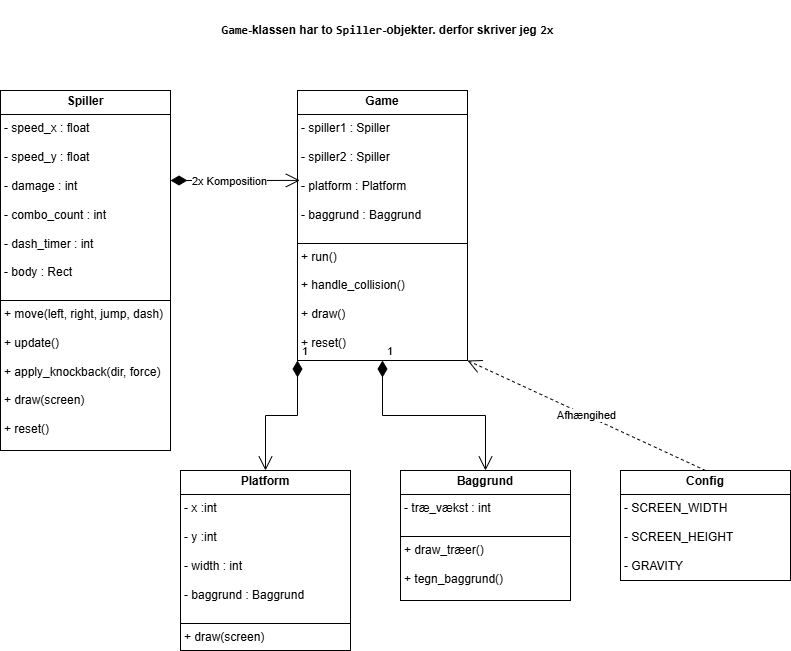
This is UML-SS-Diagram.drawio.png from ElTalhaG/Sumo-Slammers, a draw.io export, as it was before one commit. Source tidied: cells renumbered, new cells last; positions are measured from the earlier drawing's top-left corner, leaving out a move shared by most shapes.
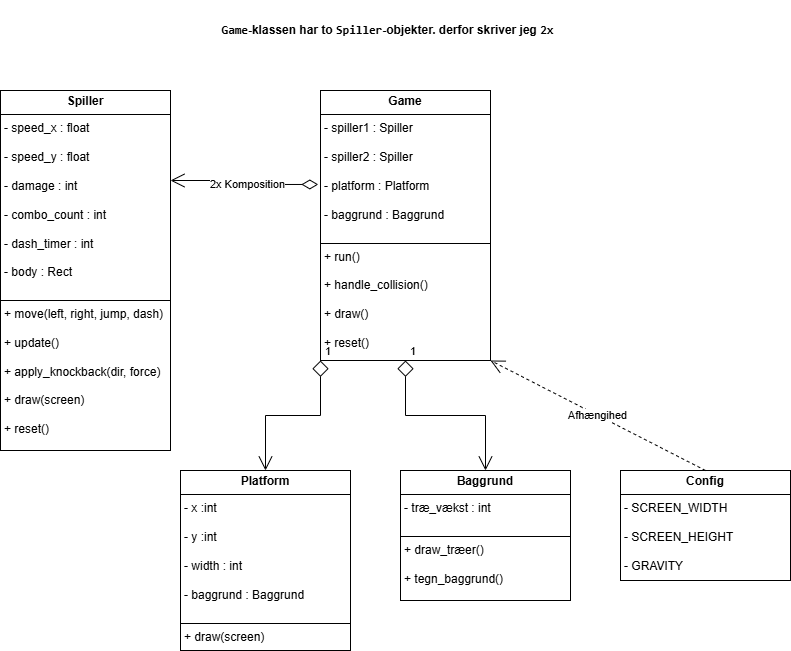
After the commit.

The edit, as a diff of the source:
```diff
@@ -6,9 +6,9 @@
       <mxGeometry y="90" width="170" height="360" as="geometry" />
     </mxCell>
     <mxCell id="3" value="&lt;p style=&quot;margin:0px;margin-top:4px;text-align:center;&quot;&gt;&lt;b&gt;Game&lt;/b&gt;&lt;/p&gt;&lt;hr size=&quot;1&quot; style=&quot;border-style:solid;&quot;&gt;&lt;p style=&quot;margin:0px;margin-left:4px;&quot;&gt;&lt;span&gt;- spiller1 : Spiller&lt;/span&gt;&lt;/p&gt;&lt;p style=&quot;margin:0px;margin-left:4px;&quot;&gt;&lt;br&gt;&lt;/p&gt;&lt;p style=&quot;margin:0px;margin-left:4px;&quot;&gt;&lt;span data-lucid-content=&quot;{&amp;quot;t&amp;quot;:&amp;quot;- spiller2 : Spiller&amp;quot;,&amp;quot;m&amp;quot;:[{&amp;quot;s&amp;quot;:0,&amp;quot;n&amp;quot;:&amp;quot;a&amp;quot;,&amp;quot;v&amp;quot;:&amp;quot;left&amp;quot;},{&amp;quot;s&amp;quot;:0,&amp;quot;n&amp;quot;:&amp;quot;od&amp;quot;,&amp;quot;v&amp;quot;:1}]}&quot;&gt;- spiller2 : Spiller&lt;/span&gt;&lt;/p&gt;&lt;p style=&quot;margin:0px;margin-left:4px;&quot;&gt;&lt;br&gt;&lt;/p&gt;&lt;p style=&quot;margin:0px;margin-left:4px;&quot;&gt;&lt;span&gt;- platform : Platform&lt;/span&gt;&lt;/p&gt;&lt;p style=&quot;margin:0px;margin-left:4px;&quot;&gt;&lt;br&gt;&lt;/p&gt;&lt;p style=&quot;margin:0px;margin-left:4px;&quot;&gt;&lt;span&gt;- baggrund : Baggrund&lt;/span&gt;&lt;/p&gt;&lt;p style=&quot;margin:0px;margin-left:4px;&quot;&gt;&lt;span&gt;&lt;br&gt;&lt;/span&gt;&lt;/p&gt;&lt;hr size=&quot;1&quot; style=&quot;border-style:solid;&quot;&gt;&lt;p style=&quot;margin:0px;margin-left:4px;&quot;&gt;&lt;span&gt;+ run()&amp;nbsp;&lt;/span&gt;&lt;/p&gt;&lt;p style=&quot;margin:0px;margin-left:4px;&quot;&gt;&lt;span&gt;&lt;br&gt;&lt;/span&gt;&lt;/p&gt;&lt;p style=&quot;margin:0px;margin-left:4px;&quot;&gt;&lt;span data-lucid-content=&quot;{&amp;quot;t&amp;quot;:&amp;quot;+ handle_collision()&amp;quot;,&amp;quot;m&amp;quot;:[{&amp;quot;s&amp;quot;:0,&amp;quot;n&amp;quot;:&amp;quot;a&amp;quot;,&amp;quot;v&amp;quot;:&amp;quot;left&amp;quot;},{&amp;quot;s&amp;quot;:0,&amp;quot;n&amp;quot;:&amp;quot;od&amp;quot;,&amp;quot;v&amp;quot;:1}]}&quot;&gt;+ handle_collision()&lt;/span&gt;&lt;/p&gt;&lt;p style=&quot;margin:0px;margin-left:4px;&quot;&gt;&lt;span data-lucid-content=&quot;{&amp;quot;t&amp;quot;:&amp;quot;+ handle_collision()&amp;quot;,&amp;quot;m&amp;quot;:[{&amp;quot;s&amp;quot;:0,&amp;quot;n&amp;quot;:&amp;quot;a&amp;quot;,&amp;quot;v&amp;quot;:&amp;quot;left&amp;quot;},{&amp;quot;s&amp;quot;:0,&amp;quot;n&amp;quot;:&amp;quot;od&amp;quot;,&amp;quot;v&amp;quot;:1}]}&quot;&gt;&lt;br&gt;&lt;/span&gt;&lt;/p&gt;&lt;p style=&quot;margin:0px;margin-left:4px;&quot;&gt;&lt;span&gt;+ draw()&lt;/span&gt;&lt;/p&gt;&lt;p style=&quot;margin:0px;margin-left:4px;&quot;&gt;&lt;span&gt;&lt;br&gt;&lt;/span&gt;&lt;/p&gt;&lt;p style=&quot;margin:0px;margin-left:4px;&quot;&gt;&lt;span&gt;+ reset()&lt;/span&gt;&lt;/p&gt;&lt;p style=&quot;margin:0px;margin-left:4px;&quot;&gt;&lt;br&gt;&lt;/p&gt;" style="verticalAlign=top;align=left;overflow=fill;html=1;whiteSpace=wrap;" parent="1" vertex="1">
-      <mxGeometry x="297" y="90" width="170" height="270" as="geometry" />
+      <mxGeometry x="320" y="90" width="170" height="270" as="geometry" />
     </mxCell>
-    <mxCell id="4" style="endArrow=open;html=1;endSize=12;startArrow=diamondThin;startSize=14;startFill=1;edgeStyle=orthogonalEdgeStyle;align=left;verticalAlign=bottom;rounded=0;exitX=1;exitY=0.25;exitDx=0;exitDy=0;entryX=0.014;entryY=0.333;entryDx=0;entryDy=0;entryPerimeter=0;" parent="1" edge="1" source="2" target="3">
+    <mxCell id="4" style="endArrow=open;html=1;endSize=12;startArrow=diamondThin;startSize=14;startFill=0;edgeStyle=orthogonalEdgeStyle;align=left;verticalAlign=bottom;rounded=0;exitX=-0.013;exitY=0.348;exitDx=0;exitDy=0;entryX=1;entryY=0.25;entryDx=0;entryDy=0;exitPerimeter=0;fontColor=#FFFFFF;" parent="1" edge="1" source="3" target="2">
       <mxGeometry x="-1" y="3" relative="1" as="geometry" />
     </mxCell>
     <mxCell id="5" value="2x Komposition" style="edgeLabel;html=1;align=center;verticalAlign=middle;" parent="4" vertex="1">
@@ -25,10 +25,10 @@
     <mxCell id="8" value="&lt;p style=&quot;margin:0px;margin-top:4px;text-align:center;&quot;&gt;&lt;b&gt;Config&lt;/b&gt;&lt;/p&gt;&lt;hr size=&quot;1&quot; style=&quot;border-style:solid;&quot;&gt;&lt;p style=&quot;margin:0px;margin-left:4px;&quot;&gt;- SCREEN_WIDTH&amp;nbsp;&lt;/p&gt;&lt;p style=&quot;margin:0px;margin-left:4px;&quot;&gt;&lt;br&gt;&lt;/p&gt;&lt;p style=&quot;margin:0px;margin-left:4px;&quot;&gt;- SCREEN_HEIGHT&lt;/p&gt;&lt;p style=&quot;margin:0px;margin-left:4px;&quot;&gt;&lt;br&gt;&lt;/p&gt;&lt;p style=&quot;margin:0px;margin-left:4px;&quot;&gt;- GRAVITY&amp;nbsp;&lt;/p&gt;&lt;p style=&quot;margin:0px;margin-left:4px;&quot;&gt;&lt;br&gt;&lt;/p&gt;" style="verticalAlign=top;align=left;overflow=fill;html=1;whiteSpace=wrap;" parent="1" vertex="1">
       <mxGeometry x="620" y="470" width="170" height="110" as="geometry" />
     </mxCell>
-    <mxCell id="9" value="1" style="endArrow=open;html=1;endSize=12;startArrow=diamondThin;startSize=14;startFill=1;edgeStyle=orthogonalEdgeStyle;align=left;verticalAlign=bottom;rounded=0;exitX=0;exitY=1;exitDx=0;exitDy=0;entryX=0.5;entryY=0;entryDx=0;entryDy=0;" parent="1" edge="1" source="3" target="6">
+    <mxCell id="9" value="1" style="endArrow=open;html=1;endSize=12;startArrow=diamond;startSize=14;startFill=0;edgeStyle=orthogonalEdgeStyle;align=left;verticalAlign=bottom;rounded=0;exitX=0;exitY=1;exitDx=0;exitDy=0;entryX=0.5;entryY=0;entryDx=0;entryDy=0;" parent="1" edge="1" source="3" target="6">
       <mxGeometry x="-1" y="3" relative="1" as="geometry" />
     </mxCell>
-    <mxCell id="10" value="1" style="endArrow=open;html=1;endSize=12;startArrow=diamondThin;startSize=14;startFill=1;edgeStyle=orthogonalEdgeStyle;align=left;verticalAlign=bottom;rounded=0;exitX=0.5;exitY=1;exitDx=0;exitDy=0;entryX=0.5;entryY=0;entryDx=0;entryDy=0;" parent="1" edge="1" source="3" target="7">
+    <mxCell id="10" value="1" style="endArrow=open;html=1;endSize=12;startArrow=diamond;startSize=14;startFill=0;edgeStyle=orthogonalEdgeStyle;align=left;verticalAlign=bottom;rounded=0;exitX=0.5;exitY=1;exitDx=0;exitDy=0;entryX=0.5;entryY=0;entryDx=0;entryDy=0;" parent="1" edge="1" source="3" target="7">
       <mxGeometry x="-1" y="3" relative="1" as="geometry" />
     </mxCell>
     <mxCell id="11" value="Afhængihed" style="endArrow=open;endSize=12;dashed=1;html=1;rounded=0;exitX=0.5;exitY=0;exitDx=0;exitDy=0;entryX=1;entryY=1;entryDx=0;entryDy=0;" parent="1" edge="1" source="8" target="3">
```
